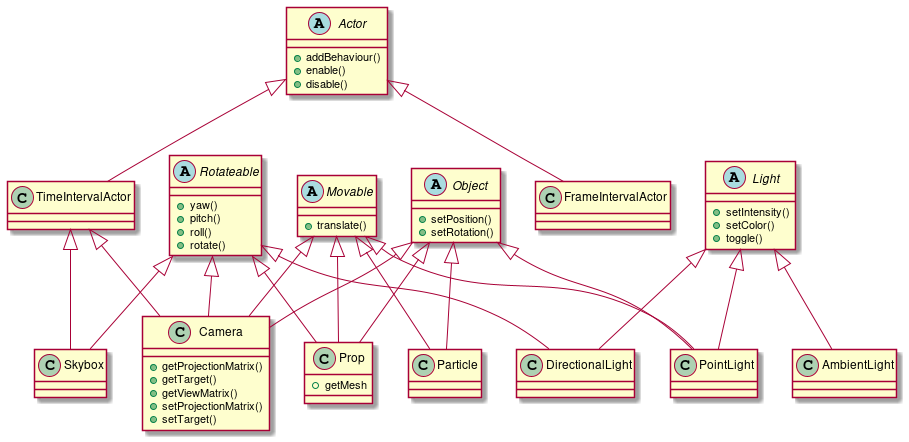
Earlier version of the PlantUML export documentation/pictures/SceneryObjectHierarchy/SceneryObjectHierarchy.png (J0llyver/JollyEngine).
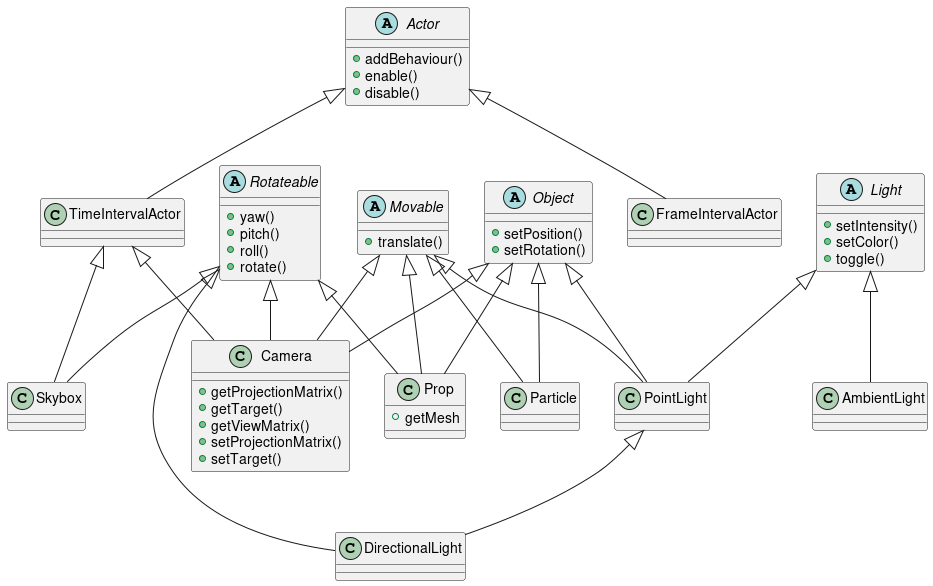
The same diagram one commit later.

What changed in the source:
```diff
@@ -68,15 +68,16 @@
 }
 Light <|-- AmbientLight
 
-class DirectionalLight {
-}
-Light <|-- DirectionalLight
-Rotateable <|-- DirectionalLight
-
 class PointLight {
 }
 Light <|-- PointLight
 Object <|-- PointLight
 Movable <|-- PointLight
 
+class DirectionalLight {
+}
+PointLight <|-- DirectionalLight
+Rotateable <|-- DirectionalLight
+
+
 @enduml
```
